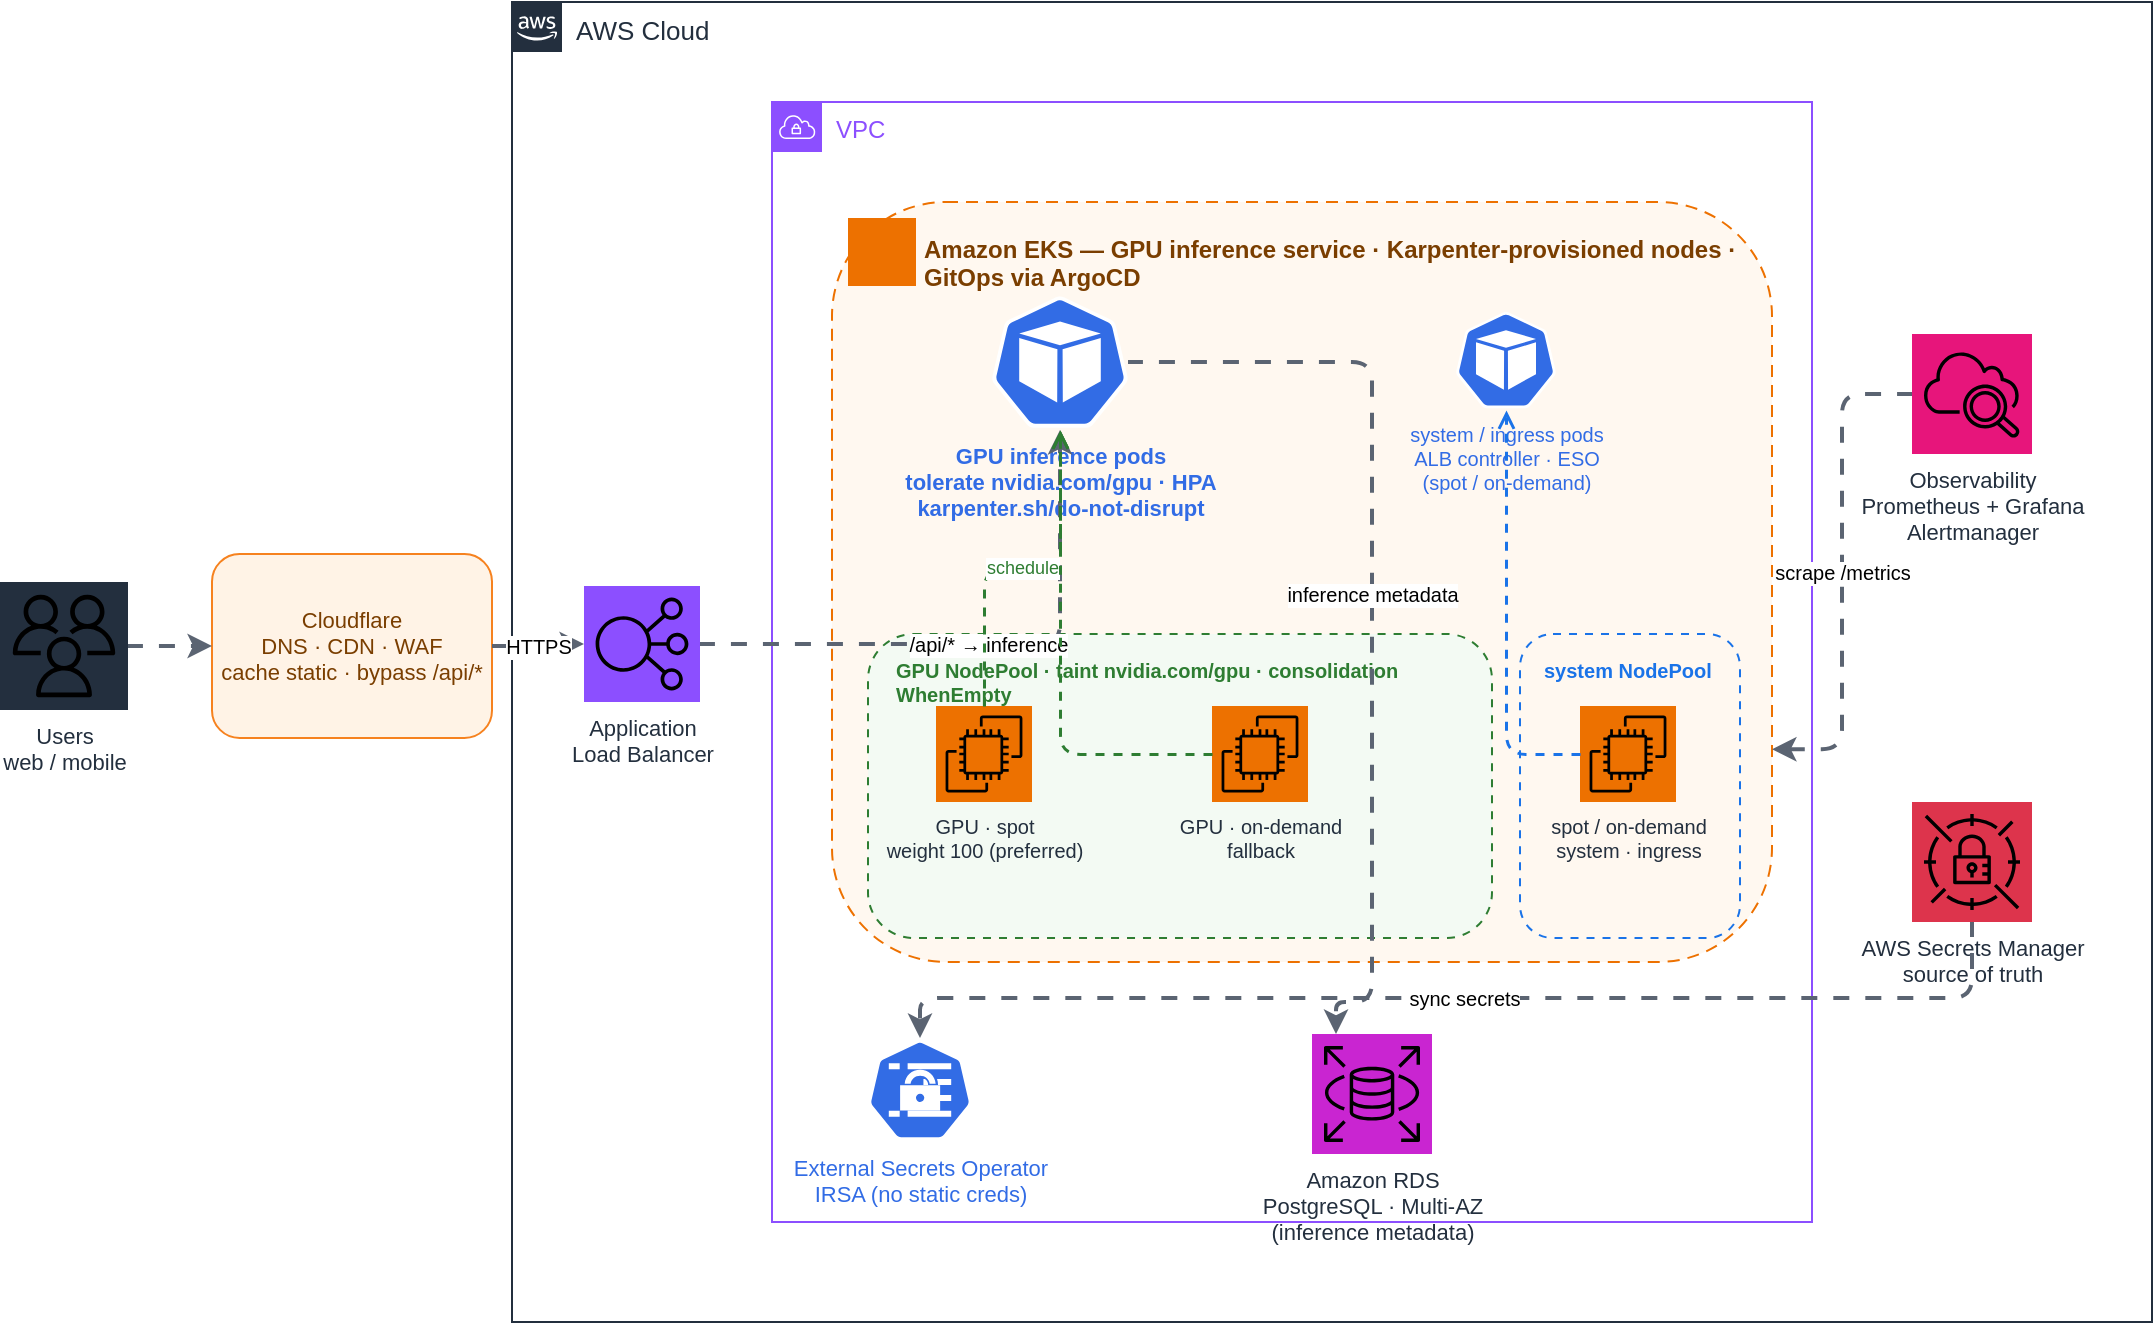
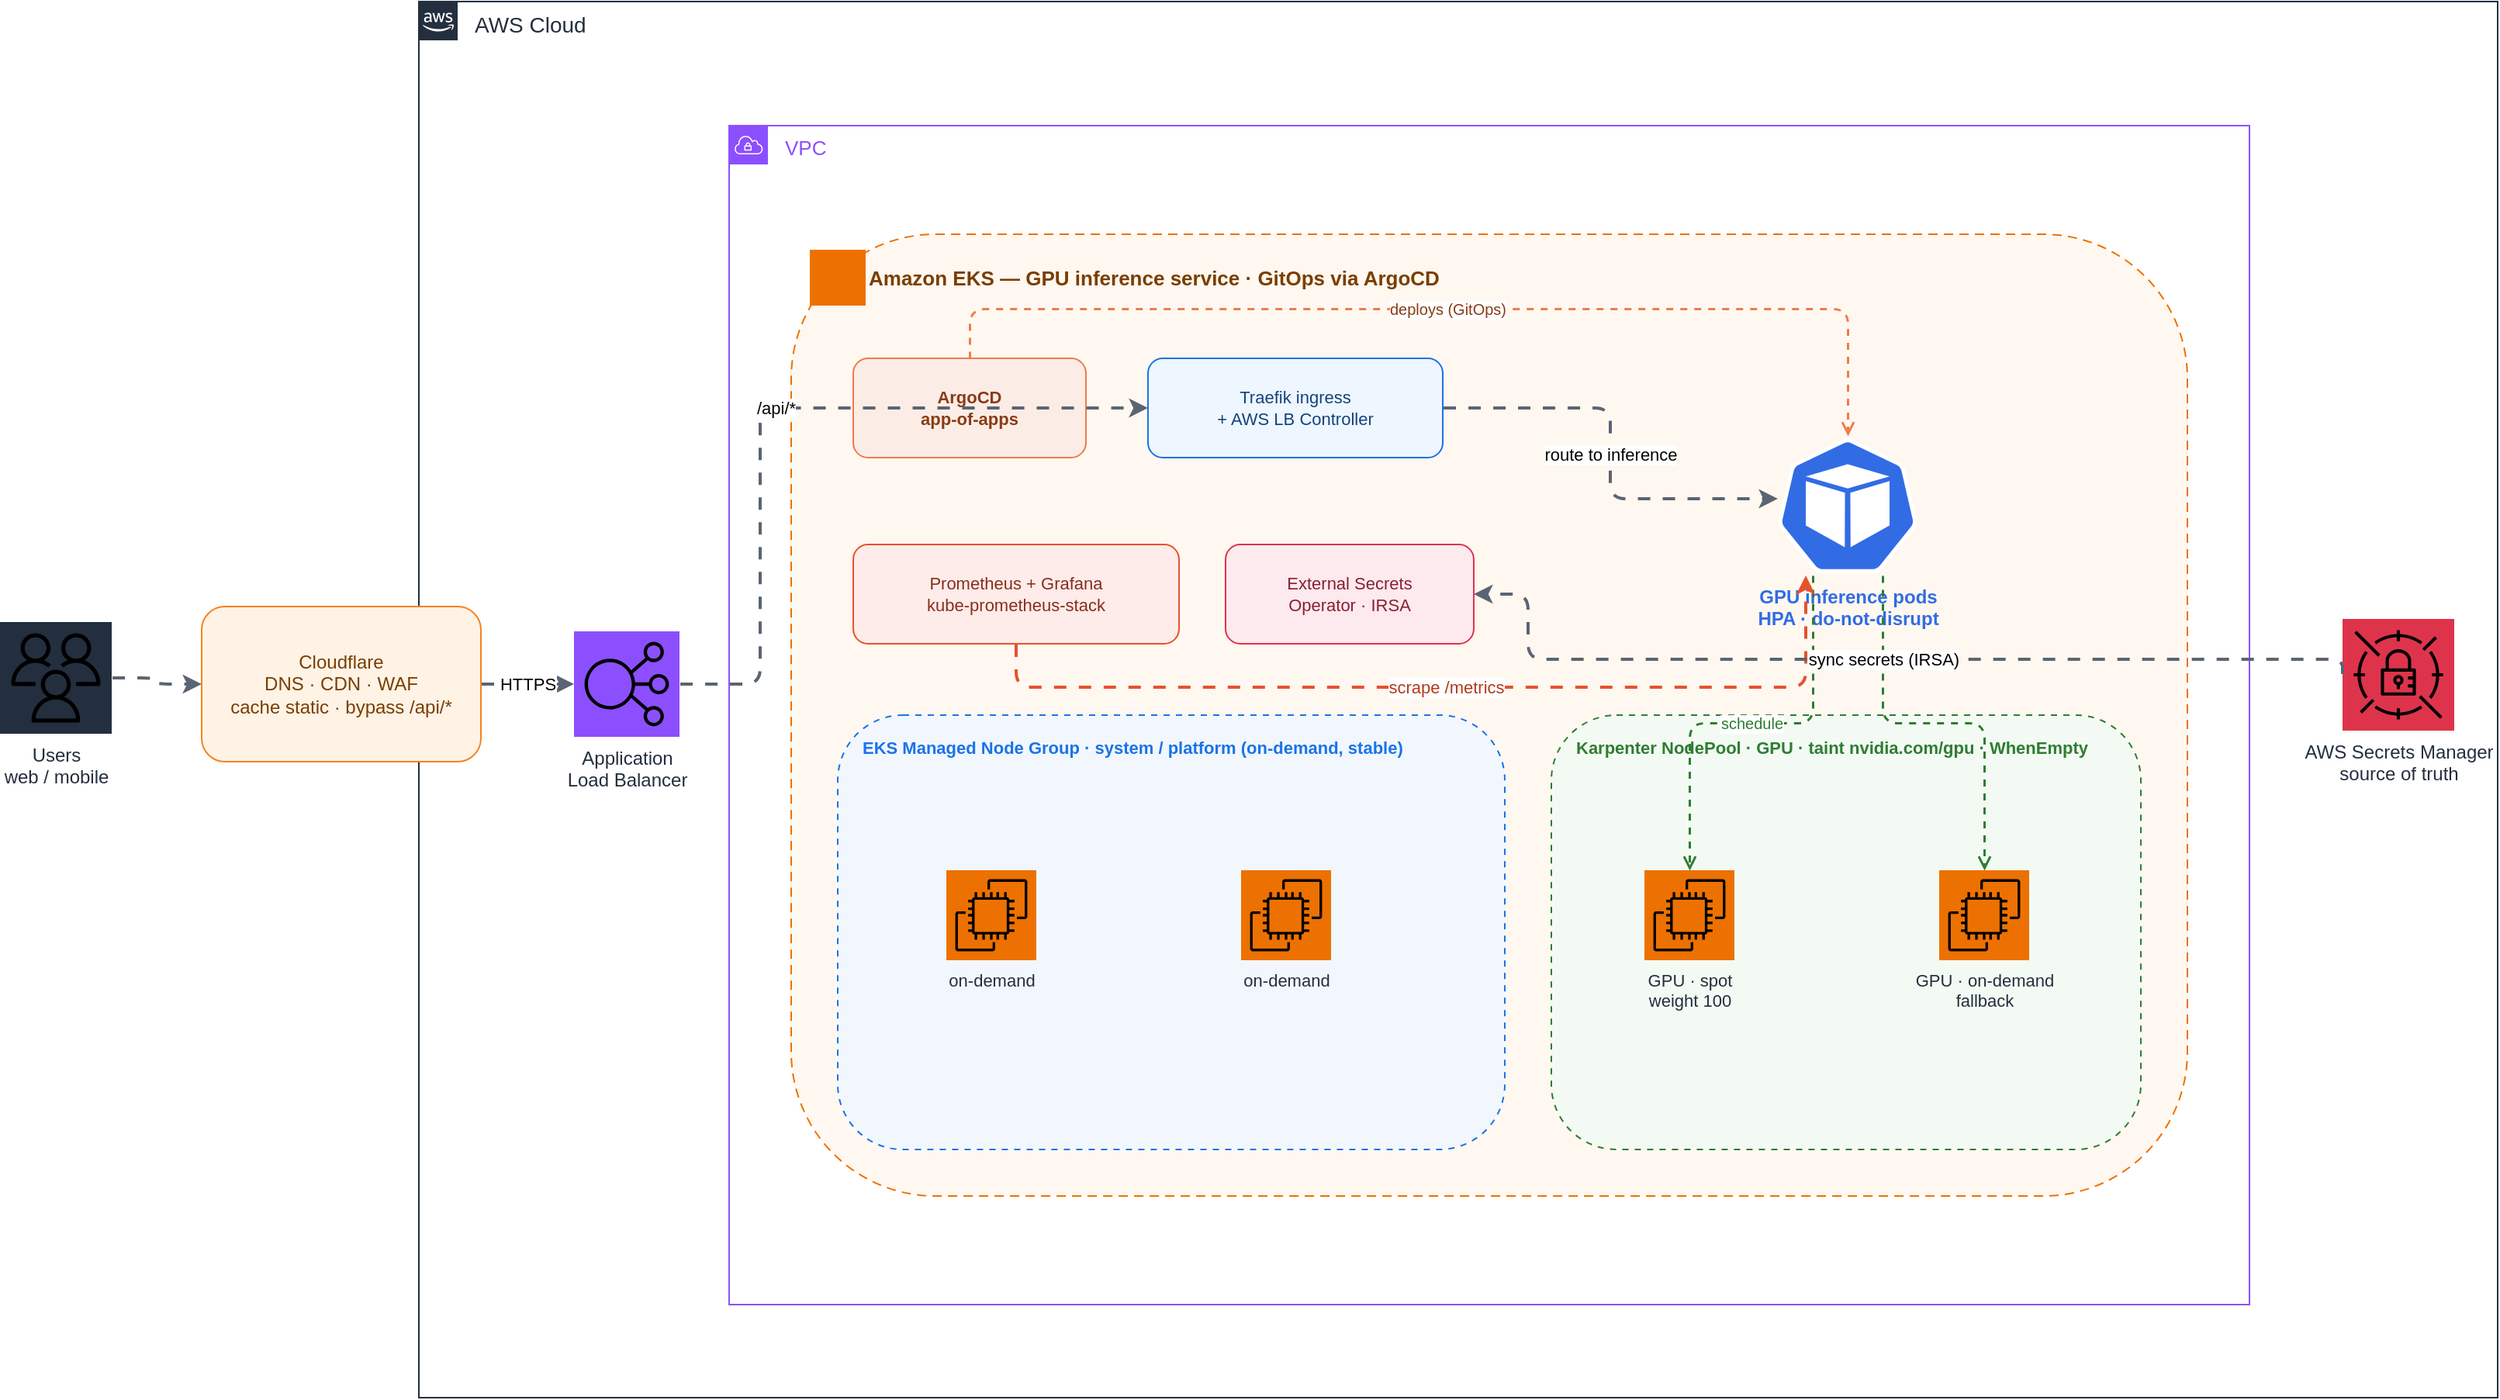
<mxfile host="app.diagrams.net" type="device">
  <diagram name="aws-production" id="aws-prod">
-     <mxGraphModel dx="1400" dy="820" grid="0" gridSize="10" guides="1" tooltips="1" connect="1" arrows="1" fold="1" page="1" pageScale="1" pageWidth="1160" pageHeight="740" math="0" shadow="0">
+     <mxGraphModel dx="1600" dy="1000" grid="0" gridSize="10" guides="1" tooltips="1" connect="1" arrows="1" fold="1" page="1" pageScale="1" pageWidth="1700" pageHeight="980" math="0" shadow="0">
      <root>
        <mxCell id="0"/>
        <mxCell id="1" parent="0"/>

-         <mxCell id="awscloud" value="AWS Cloud" style="sketch=0;outlineConnect=0;gradientColor=none;html=1;whiteSpace=wrap;fontSize=13;fontStyle=0;container=0;pointerEvents=0;collapsible=0;recursiveResize=0;shape=mxgraph.aws4.group;grIcon=mxgraph.aws4.group_aws_cloud_alt;strokeColor=#232F3E;fillColor=none;verticalAlign=top;align=left;spacingLeft=30;fontColor=#232F3E;dashed=0;" vertex="1" parent="1"><mxGeometry x="300" y="40" width="820" height="660" as="geometry"/></mxCell>
-         <mxCell id="vpc" value="VPC" style="sketch=0;outlineConnect=0;gradientColor=none;html=1;whiteSpace=wrap;fontSize=12;fontStyle=0;container=0;pointerEvents=0;collapsible=0;recursiveResize=0;shape=mxgraph.aws4.group;grIcon=mxgraph.aws4.group_vpc;strokeColor=#8C4FFF;fillColor=none;verticalAlign=top;align=left;spacingLeft=30;fontColor=#8C4FFF;dashed=0;" vertex="1" parent="1"><mxGeometry x="430" y="90" width="520" height="560" as="geometry"/></mxCell>
-         <mxCell id="eksgrp" value="Amazon EKS  —  GPU inference service · Karpenter-provisioned nodes · GitOps via ArgoCD" style="rounded=1;whiteSpace=wrap;html=1;dashed=1;dashPattern=6 4;strokeColor=#ED7100;fillColor=#FFF8F0;verticalAlign=top;align=left;spacingLeft=44;spacingTop=10;fontSize=12;fontStyle=1;fontColor=#7A3E00;" vertex="1" parent="1"><mxGeometry x="460" y="140" width="470" height="380" as="geometry"/></mxCell>
-         <mxCell id="npgpu" value="GPU NodePool  ·  taint nvidia.com/gpu  ·  consolidation WhenEmpty" style="rounded=1;whiteSpace=wrap;html=1;dashed=1;dashPattern=4 4;strokeColor=#2E7D32;fillColor=#F3FAF3;verticalAlign=top;align=left;spacingLeft=12;spacingTop=6;fontSize=10;fontStyle=1;fontColor=#2E7D32;" vertex="1" parent="1"><mxGeometry x="478" y="356" width="312" height="152" as="geometry"/></mxCell>
-         <mxCell id="npsysgrp" value="system NodePool" style="rounded=1;whiteSpace=wrap;html=1;dashed=1;dashPattern=4 4;strokeColor=#1A73E8;fillColor=none;verticalAlign=top;align=left;spacingLeft=10;spacingTop=6;fontSize=10;fontStyle=1;fontColor=#1A73E8;" vertex="1" parent="1"><mxGeometry x="804" y="356" width="110" height="152" as="geometry"/></mxCell>
+         <mxCell id="awscloud" value="AWS Cloud" style="sketch=0;outlineConnect=0;gradientColor=none;html=1;whiteSpace=wrap;fontSize=14;fontStyle=0;container=0;pointerEvents=0;collapsible=0;recursiveResize=0;shape=mxgraph.aws4.group;grIcon=mxgraph.aws4.group_aws_cloud_alt;strokeColor=#232F3E;fillColor=none;verticalAlign=top;align=left;spacingLeft=34;fontColor=#232F3E;dashed=0;" vertex="1" parent="1"><mxGeometry x="320" y="40" width="1340" height="900" as="geometry"/></mxCell>
+         <mxCell id="vpc" value="VPC" style="sketch=0;outlineConnect=0;gradientColor=none;html=1;whiteSpace=wrap;fontSize=13;fontStyle=0;container=0;pointerEvents=0;collapsible=0;recursiveResize=0;shape=mxgraph.aws4.group;grIcon=mxgraph.aws4.group_vpc;strokeColor=#8C4FFF;fillColor=none;verticalAlign=top;align=left;spacingLeft=34;fontColor=#8C4FFF;dashed=0;" vertex="1" parent="1"><mxGeometry x="520" y="120" width="980" height="760" as="geometry"/></mxCell>
+         <mxCell id="eksgrp" value="Amazon EKS   —   GPU inference service · GitOps via ArgoCD" style="rounded=1;whiteSpace=wrap;html=1;dashed=1;dashPattern=6 4;strokeColor=#ED7100;fillColor=#FFF8F0;verticalAlign=top;align=left;spacingLeft=48;spacingTop=14;fontSize=13;fontStyle=1;fontColor=#7A3E00;" vertex="1" parent="1"><mxGeometry x="560" y="190" width="900" height="620" as="geometry"/></mxCell>
+         <mxCell id="mng" value="EKS Managed Node Group   ·   system / platform   (on-demand, stable)" style="rounded=1;whiteSpace=wrap;html=1;dashed=1;dashPattern=4 4;strokeColor=#1A73E8;fillColor=#F2F7FE;verticalAlign=top;align=left;spacingLeft=14;spacingTop=8;fontSize=11;fontStyle=1;fontColor=#1A73E8;" vertex="1" parent="1"><mxGeometry x="590" y="500" width="430" height="280" as="geometry"/></mxCell>
+         <mxCell id="npgpu" value="Karpenter NodePool · GPU   ·   taint nvidia.com/gpu · WhenEmpty" style="rounded=1;whiteSpace=wrap;html=1;dashed=1;dashPattern=4 4;strokeColor=#2E7D32;fillColor=#F3FAF3;verticalAlign=top;align=left;spacingLeft=14;spacingTop=8;fontSize=11;fontStyle=1;fontColor=#2E7D32;" vertex="1" parent="1"><mxGeometry x="1050" y="500" width="380" height="280" as="geometry"/></mxCell>

-         <mxCell id="ekshdr" style="sketch=0;outlineConnect=0;fontColor=#232F3E;gradientColor=none;fillColor=#ED7100;strokeColor=none;dashed=0;verticalLabelPosition=right;verticalAlign=middle;align=left;spacingLeft=4;html=1;fontSize=10;fontStyle=0;aspect=fixed;shape=mxgraph.aws4.resourceIcon;resIcon=mxgraph.aws4.elastic_kubernetes_service;" vertex="1" parent="1"><mxGeometry x="468" y="148" width="34" height="34" as="geometry"/></mxCell>
+         <mxCell id="ekshdr" style="sketch=0;outlineConnect=0;fontColor=#232F3E;gradientColor=none;fillColor=#ED7100;strokeColor=none;dashed=0;verticalLabelPosition=right;verticalAlign=middle;align=left;spacingLeft=6;html=1;fontSize=10;fontStyle=0;aspect=fixed;shape=mxgraph.aws4.resourceIcon;resIcon=mxgraph.aws4.elastic_kubernetes_service;" vertex="1" parent="1"><mxGeometry x="572" y="200" width="36" height="36" as="geometry"/></mxCell>

-         <mxCell id="users" value="Users&#10;web / mobile" style="sketch=0;outlineConnect=0;fontColor=#232F3E;gradientColor=none;fillColor=#232F3E;strokeColor=none;dashed=0;verticalLabelPosition=bottom;verticalAlign=top;align=center;html=1;fontSize=11;fontStyle=0;aspect=fixed;shape=mxgraph.aws4.resourceIcon;resIcon=mxgraph.aws4.users;" vertex="1" parent="1"><mxGeometry x="44" y="330" width="64" height="64" as="geometry"/></mxCell>
-         <mxCell id="cf" value="Cloudflare&#10;DNS · CDN · WAF&#10;cache static · bypass /api/*" style="rounded=1;whiteSpace=wrap;html=1;fillColor=#FFF3E6;strokeColor=#F6821F;fontColor=#7A3E00;fontSize=11;" vertex="1" parent="1"><mxGeometry x="150" y="316" width="140" height="92" as="geometry"/></mxCell>
-         <mxCell id="alb" value="Application&#10;Load Balancer" style="sketch=0;outlineConnect=0;fontColor=#232F3E;gradientColor=none;fillColor=#8C4FFF;strokeColor=none;dashed=0;verticalLabelPosition=bottom;verticalAlign=top;align=center;html=1;fontSize=11;fontStyle=0;aspect=fixed;shape=mxgraph.aws4.resourceIcon;resIcon=mxgraph.aws4.elastic_load_balancing;" vertex="1" parent="1"><mxGeometry x="336" y="332" width="58" height="58" as="geometry"/></mxCell>
+         <mxCell id="users" value="Users&#10;web / mobile" style="sketch=0;outlineConnect=0;fontColor=#232F3E;gradientColor=none;fillColor=#232F3E;strokeColor=none;dashed=0;verticalLabelPosition=bottom;verticalAlign=top;align=center;html=1;fontSize=12;fontStyle=0;aspect=fixed;shape=mxgraph.aws4.resourceIcon;resIcon=mxgraph.aws4.users;" vertex="1" parent="1"><mxGeometry x="50" y="440" width="72" height="72" as="geometry"/></mxCell>
+         <mxCell id="cf" value="Cloudflare&#10;DNS · CDN · WAF&#10;cache static · bypass /api/*" style="rounded=1;whiteSpace=wrap;html=1;fillColor=#FFF3E6;strokeColor=#F6821F;fontColor=#7A3E00;fontSize=12;" vertex="1" parent="1"><mxGeometry x="180" y="430" width="180" height="100" as="geometry"/></mxCell>
+         <mxCell id="alb" value="Application&#10;Load Balancer" style="sketch=0;outlineConnect=0;fontColor=#232F3E;gradientColor=none;fillColor=#8C4FFF;strokeColor=none;dashed=0;verticalLabelPosition=bottom;verticalAlign=top;align=center;html=1;fontSize=12;fontStyle=0;aspect=fixed;shape=mxgraph.aws4.resourceIcon;resIcon=mxgraph.aws4.elastic_load_balancing;" vertex="1" parent="1"><mxGeometry x="420" y="446" width="68" height="68" as="geometry"/></mxCell>

-         <mxCell id="infer" value="GPU inference pods&#10;tolerate nvidia.com/gpu · HPA&#10;karpenter.sh/do-not-disrupt" style="sketch=0;outlineConnect=0;fontColor=#326CE5;gradientColor=none;fillColor=#326CE5;strokeColor=none;dashed=0;verticalLabelPosition=bottom;verticalAlign=top;align=center;html=1;fontSize=11;fontStyle=1;aspect=fixed;shape=mxgraph.kubernetes.icon;prIcon=pod;" vertex="1" parent="1"><mxGeometry x="540" y="186" width="68" height="68" as="geometry"/></mxCell>
-         <mxCell id="sys" value="system / ingress pods&#10;ALB controller · ESO&#10;(spot / on-demand)" style="sketch=0;outlineConnect=0;fontColor=#326CE5;gradientColor=none;fillColor=#326CE5;strokeColor=none;dashed=0;verticalLabelPosition=bottom;verticalAlign=top;align=center;html=1;fontSize=10;fontStyle=0;aspect=fixed;shape=mxgraph.kubernetes.icon;prIcon=pod;" vertex="1" parent="1"><mxGeometry x="772" y="194" width="50" height="50" as="geometry"/></mxCell>
+         <mxCell id="argocd" value="ArgoCD&#10;app-of-apps" style="rounded=1;whiteSpace=wrap;html=1;fillColor=#FBEDE6;strokeColor=#EF7B4D;fontColor=#8A3B16;fontSize=11;fontStyle=1;" vertex="1" parent="1"><mxGeometry x="600" y="270" width="150" height="64" as="geometry"/></mxCell>
+         <mxCell id="traefik" value="Traefik ingress&#10;+ AWS LB Controller" style="rounded=1;whiteSpace=wrap;html=1;fillColor=#EEF6FF;strokeColor=#1A73E8;fontColor=#13447A;fontSize=11;" vertex="1" parent="1"><mxGeometry x="790" y="270" width="190" height="64" as="geometry"/></mxCell>
+         <mxCell id="prom" value="Prometheus + Grafana&#10;kube-prometheus-stack" style="rounded=1;whiteSpace=wrap;html=1;fillColor=#FDECEA;strokeColor=#E6522C;fontColor=#8A2D1A;fontSize=11;" vertex="1" parent="1"><mxGeometry x="600" y="390" width="210" height="64" as="geometry"/></mxCell>
+         <mxCell id="eso" value="External Secrets&#10;Operator · IRSA" style="rounded=1;whiteSpace=wrap;html=1;fillColor=#FDEAEE;strokeColor=#DD344C;fontColor=#8A1F33;fontSize=11;" vertex="1" parent="1"><mxGeometry x="840" y="390" width="160" height="64" as="geometry"/></mxCell>

-         <mxCell id="npgpuspot" value="GPU · spot&#10;weight 100 (preferred)" style="sketch=0;outlineConnect=0;fontColor=#232F3E;gradientColor=none;fillColor=#ED7100;strokeColor=none;dashed=0;verticalLabelPosition=bottom;verticalAlign=top;align=center;html=1;fontSize=10;fontStyle=0;aspect=fixed;shape=mxgraph.aws4.resourceIcon;resIcon=mxgraph.aws4.ec2;" vertex="1" parent="1"><mxGeometry x="512" y="392" width="48" height="48" as="geometry"/></mxCell>
-         <mxCell id="npgpuod" value="GPU · on-demand&#10;fallback" style="sketch=0;outlineConnect=0;fontColor=#232F3E;gradientColor=none;fillColor=#ED7100;strokeColor=none;dashed=0;verticalLabelPosition=bottom;verticalAlign=top;align=center;html=1;fontSize=10;fontStyle=0;aspect=fixed;shape=mxgraph.aws4.resourceIcon;resIcon=mxgraph.aws4.ec2;" vertex="1" parent="1"><mxGeometry x="650" y="392" width="48" height="48" as="geometry"/></mxCell>
-         <mxCell id="npsys" value="spot / on-demand&#10;system · ingress" style="sketch=0;outlineConnect=0;fontColor=#232F3E;gradientColor=none;fillColor=#ED7100;strokeColor=none;dashed=0;verticalLabelPosition=bottom;verticalAlign=top;align=center;html=1;fontSize=10;fontStyle=0;aspect=fixed;shape=mxgraph.aws4.resourceIcon;resIcon=mxgraph.aws4.ec2;" vertex="1" parent="1"><mxGeometry x="834" y="392" width="48" height="48" as="geometry"/></mxCell>
+         <mxCell id="infer" value="GPU inference pods&#10;HPA · do-not-disrupt" style="sketch=0;outlineConnect=0;fontColor=#326CE5;gradientColor=none;fillColor=#326CE5;strokeColor=none;dashed=0;verticalLabelPosition=bottom;verticalAlign=top;align=center;html=1;fontSize=12;fontStyle=1;aspect=fixed;shape=mxgraph.kubernetes.icon;prIcon=pod;" vertex="1" parent="1"><mxGeometry x="1196" y="320" width="90" height="90" as="geometry"/></mxCell>

-         <mxCell id="eso" value="External Secrets Operator&#10;IRSA (no static creds)" style="sketch=0;outlineConnect=0;fontColor=#326CE5;gradientColor=none;fillColor=#326CE5;strokeColor=none;dashed=0;verticalLabelPosition=bottom;verticalAlign=top;align=center;html=1;fontSize=11;fontStyle=0;aspect=fixed;shape=mxgraph.kubernetes.icon;prIcon=secret;" vertex="1" parent="1"><mxGeometry x="478" y="558" width="52" height="52" as="geometry"/></mxCell>
-         <mxCell id="rds" value="Amazon RDS&#10;PostgreSQL · Multi-AZ&#10;(inference metadata)" style="sketch=0;outlineConnect=0;fontColor=#232F3E;gradientColor=none;fillColor=#C925D1;strokeColor=none;dashed=0;verticalLabelPosition=bottom;verticalAlign=top;align=center;html=1;fontSize=11;fontStyle=0;aspect=fixed;shape=mxgraph.aws4.resourceIcon;resIcon=mxgraph.aws4.rds;" vertex="1" parent="1"><mxGeometry x="700" y="556" width="60" height="60" as="geometry"/></mxCell>
+         <mxCell id="ec2m1" value="on-demand" style="sketch=0;outlineConnect=0;fontColor=#232F3E;gradientColor=none;fillColor=#ED7100;strokeColor=none;dashed=0;verticalLabelPosition=bottom;verticalAlign=top;align=center;html=1;fontSize=11;fontStyle=0;aspect=fixed;shape=mxgraph.aws4.resourceIcon;resIcon=mxgraph.aws4.ec2;" vertex="1" parent="1"><mxGeometry x="660" y="600" width="58" height="58" as="geometry"/></mxCell>
+         <mxCell id="ec2m2" value="on-demand" style="sketch=0;outlineConnect=0;fontColor=#232F3E;gradientColor=none;fillColor=#ED7100;strokeColor=none;dashed=0;verticalLabelPosition=bottom;verticalAlign=top;align=center;html=1;fontSize=11;fontStyle=0;aspect=fixed;shape=mxgraph.aws4.resourceIcon;resIcon=mxgraph.aws4.ec2;" vertex="1" parent="1"><mxGeometry x="850" y="600" width="58" height="58" as="geometry"/></mxCell>
+         <mxCell id="ec2gs" value="GPU · spot&#10;weight 100" style="sketch=0;outlineConnect=0;fontColor=#232F3E;gradientColor=none;fillColor=#ED7100;strokeColor=none;dashed=0;verticalLabelPosition=bottom;verticalAlign=top;align=center;html=1;fontSize=11;fontStyle=0;aspect=fixed;shape=mxgraph.aws4.resourceIcon;resIcon=mxgraph.aws4.ec2;" vertex="1" parent="1"><mxGeometry x="1110" y="600" width="58" height="58" as="geometry"/></mxCell>
+         <mxCell id="ec2go" value="GPU · on-demand&#10;fallback" style="sketch=0;outlineConnect=0;fontColor=#232F3E;gradientColor=none;fillColor=#ED7100;strokeColor=none;dashed=0;verticalLabelPosition=bottom;verticalAlign=top;align=center;html=1;fontSize=11;fontStyle=0;aspect=fixed;shape=mxgraph.aws4.resourceIcon;resIcon=mxgraph.aws4.ec2;" vertex="1" parent="1"><mxGeometry x="1300" y="600" width="58" height="58" as="geometry"/></mxCell>

-         <mxCell id="cw" value="Observability&#10;Prometheus + Grafana&#10;Alertmanager" style="sketch=0;outlineConnect=0;fontColor=#232F3E;gradientColor=none;fillColor=#E7157B;strokeColor=none;dashed=0;verticalLabelPosition=bottom;verticalAlign=top;align=center;html=1;fontSize=11;fontStyle=0;aspect=fixed;shape=mxgraph.aws4.resourceIcon;resIcon=mxgraph.aws4.cloudwatch_2;" vertex="1" parent="1"><mxGeometry x="1000" y="206" width="60" height="60" as="geometry"/></mxCell>
-         <mxCell id="sm" value="AWS Secrets Manager&#10;source of truth" style="sketch=0;outlineConnect=0;fontColor=#232F3E;gradientColor=none;fillColor=#DD344C;strokeColor=none;dashed=0;verticalLabelPosition=bottom;verticalAlign=top;align=center;html=1;fontSize=11;fontStyle=0;aspect=fixed;shape=mxgraph.aws4.resourceIcon;resIcon=mxgraph.aws4.secrets_manager;" vertex="1" parent="1"><mxGeometry x="1000" y="440" width="60" height="60" as="geometry"/></mxCell>
+         <mxCell id="sm" value="AWS Secrets Manager&#10;source of truth" style="sketch=0;outlineConnect=0;fontColor=#232F3E;gradientColor=none;fillColor=#DD344C;strokeColor=none;dashed=0;verticalLabelPosition=bottom;verticalAlign=top;align=center;html=1;fontSize=12;fontStyle=0;aspect=fixed;shape=mxgraph.aws4.resourceIcon;resIcon=mxgraph.aws4.secrets_manager;" vertex="1" parent="1"><mxGeometry x="1560" y="438" width="72" height="72" as="geometry"/></mxCell>

-         <mxCell id="e1" style="edgeStyle=orthogonalEdgeStyle;rounded=1;html=1;flowAnimation=1;strokeColor=#5B6472;strokeWidth=2;endArrow=classic;endFill=1;" edge="1" parent="1" source="users" target="cf"><mxGeometry relative="1" as="geometry"/></mxCell>
-         <mxCell id="e2" value="HTTPS" style="edgeStyle=orthogonalEdgeStyle;rounded=1;html=1;flowAnimation=1;strokeColor=#5B6472;strokeWidth=2;endArrow=classic;endFill=1;fontSize=10;" edge="1" parent="1" source="cf" target="alb"><mxGeometry relative="1" as="geometry"/></mxCell>
-         <mxCell id="e3" value="/api/* → inference" style="edgeStyle=orthogonalEdgeStyle;rounded=1;html=1;flowAnimation=1;strokeColor=#5B6472;strokeWidth=2;endArrow=classic;endFill=1;fontSize=10;" edge="1" parent="1" source="alb" target="infer"><mxGeometry relative="1" as="geometry"/></mxCell>
-         <mxCell id="e4" value="schedule" style="edgeStyle=orthogonalEdgeStyle;rounded=1;html=1;dashed=1;strokeColor=#2E7D32;strokeWidth=1.5;endArrow=open;fontSize=9;fontColor=#2E7D32;" edge="1" parent="1" source="npgpuspot" target="infer"><mxGeometry relative="1" as="geometry"/></mxCell>
-         <mxCell id="e5" style="edgeStyle=orthogonalEdgeStyle;rounded=1;html=1;dashed=1;strokeColor=#2E7D32;strokeWidth=1.5;endArrow=open;" edge="1" parent="1" source="npgpuod" target="infer"><mxGeometry relative="1" as="geometry"/></mxCell>
-         <mxCell id="e6" style="edgeStyle=orthogonalEdgeStyle;rounded=1;html=1;dashed=1;strokeColor=#1A73E8;strokeWidth=1.5;endArrow=open;" edge="1" parent="1" source="npsys" target="sys"><mxGeometry relative="1" as="geometry"/></mxCell>
-         <mxCell id="e7" value="inference metadata" style="edgeStyle=orthogonalEdgeStyle;rounded=1;html=1;flowAnimation=1;strokeColor=#5B6472;strokeWidth=2;endArrow=classic;endFill=1;fontSize=10;exitX=1;exitY=0.5;exitDx=0;exitDy=0;entryX=0.2;entryY=0;entryDx=0;entryDy=0;" edge="1" parent="1" source="infer" target="rds"><mxGeometry relative="1" as="geometry"><Array as="points"><mxPoint x="730" y="220"/><mxPoint x="730" y="540"/></Array></mxGeometry></mxCell>
-         <mxCell id="e8" value="scrape /metrics" style="edgeStyle=orthogonalEdgeStyle;rounded=1;html=1;flowAnimation=1;strokeColor=#5B6472;strokeWidth=2;endArrow=classic;endFill=1;fontSize=10;entryX=1;entryY=0.72;entryDx=0;entryDy=0;" edge="1" parent="1" source="cw" target="eksgrp"><mxGeometry relative="1" as="geometry"/></mxCell>
-         <mxCell id="e9" value="sync secrets" style="edgeStyle=orthogonalEdgeStyle;rounded=1;html=1;flowAnimation=1;strokeColor=#5B6472;strokeWidth=2;endArrow=classic;endFill=1;fontSize=10;exitX=0.5;exitY=1;exitDx=0;exitDy=0;entryX=0.5;entryY=0;entryDx=0;entryDy=0;" edge="1" parent="1" source="sm" target="eso"><mxGeometry relative="1" as="geometry"><Array as="points"><mxPoint x="1030" y="538"/><mxPoint x="504" y="538"/></Array></mxGeometry></mxCell>
+         <mxCell id="e1" style="edgeStyle=orthogonalEdgeStyle;labelBackgroundColor=#FFFFFF;rounded=1;html=1;flowAnimation=1;strokeColor=#5B6472;strokeWidth=2;endArrow=classic;endFill=1;" edge="1" parent="1" source="users" target="cf"><mxGeometry relative="1" as="geometry"/></mxCell>
+         <mxCell id="e2" value="HTTPS" style="edgeStyle=orthogonalEdgeStyle;labelBackgroundColor=#FFFFFF;rounded=1;html=1;flowAnimation=1;strokeColor=#5B6472;strokeWidth=2;endArrow=classic;endFill=1;fontSize=11;" edge="1" parent="1" source="cf" target="alb"><mxGeometry relative="1" as="geometry"/></mxCell>
+         <mxCell id="e3" value="/api/*" style="edgeStyle=orthogonalEdgeStyle;labelBackgroundColor=#FFFFFF;rounded=1;html=1;flowAnimation=1;strokeColor=#5B6472;strokeWidth=2;endArrow=classic;endFill=1;fontSize=11;entryX=0;entryY=0.5;entryDx=0;entryDy=0;" edge="1" parent="1" source="alb" target="traefik"><mxGeometry relative="1" as="geometry"><Array as="points"><mxPoint x="540" y="302"/></Array></mxGeometry></mxCell>
+         <mxCell id="e3b" value="route to inference" style="edgeStyle=orthogonalEdgeStyle;labelBackgroundColor=#FFFFFF;rounded=1;html=1;flowAnimation=1;strokeColor=#5B6472;strokeWidth=2;endArrow=classic;endFill=1;fontSize=11;exitX=1;exitY=0.5;exitDx=0;exitDy=0;entryX=0;entryY=0.45;entryDx=0;entryDy=0;" edge="1" parent="1" source="traefik" target="infer"><mxGeometry relative="1" as="geometry"/></mxCell>
+         <mxCell id="e4" value="schedule" style="edgeStyle=orthogonalEdgeStyle;labelBackgroundColor=#FFFFFF;rounded=1;html=1;dashed=1;strokeColor=#2E7D32;strokeWidth=1.5;endArrow=open;fontSize=10;fontColor=#2E7D32;exitX=0.25;exitY=1;exitDx=0;exitDy=0;entryX=0.5;entryY=0;entryDx=0;entryDy=0;" edge="1" parent="1" source="infer" target="ec2gs"><mxGeometry relative="1" as="geometry"/></mxCell>
+         <mxCell id="e5" style="edgeStyle=orthogonalEdgeStyle;labelBackgroundColor=#FFFFFF;rounded=1;html=1;dashed=1;strokeColor=#2E7D32;strokeWidth=1.5;endArrow=open;exitX=0.75;exitY=1;exitDx=0;exitDy=0;entryX=0.5;entryY=0;entryDx=0;entryDy=0;" edge="1" parent="1" source="infer" target="ec2go"><mxGeometry relative="1" as="geometry"/></mxCell>
+         <mxCell id="escrape" value="scrape /metrics" style="edgeStyle=orthogonalEdgeStyle;labelBackgroundColor=#FFFFFF;rounded=1;html=1;flowAnimation=1;strokeColor=#E6522C;strokeWidth=2;endArrow=classic;endFill=1;fontSize=11;fontColor=#B23A1A;exitX=0.5;exitY=1;exitDx=0;exitDy=0;entryX=0.2;entryY=1;entryDx=0;entryDy=0;" edge="1" parent="1" source="prom" target="infer"><mxGeometry relative="1" as="geometry"><Array as="points"><mxPoint x="705" y="482"/><mxPoint x="1214" y="482"/></Array></mxGeometry></mxCell>
+         <mxCell id="egit" value="deploys (GitOps)" style="edgeStyle=orthogonalEdgeStyle;labelBackgroundColor=#FFFFFF;rounded=1;html=1;dashed=1;strokeColor=#EF7B4D;strokeWidth=1.5;endArrow=open;fontSize=10;fontColor=#8A3B16;exitX=0.5;exitY=0;exitDx=0;exitDy=0;entryX=0.5;entryY=0;entryDx=0;entryDy=0;" edge="1" parent="1" source="argocd" target="infer"><mxGeometry relative="1" as="geometry"><Array as="points"><mxPoint x="675" y="238"/><mxPoint x="1241" y="238"/></Array></mxGeometry></mxCell>
+         <mxCell id="esync" value="sync secrets (IRSA)" style="edgeStyle=orthogonalEdgeStyle;labelBackgroundColor=#FFFFFF;rounded=1;html=1;flowAnimation=1;strokeColor=#5B6472;strokeWidth=2;endArrow=classic;endFill=1;fontSize=11;exitX=0;exitY=0.5;exitDx=0;exitDy=0;entryX=1;entryY=0.5;entryDx=0;entryDy=0;" edge="1" parent="1" source="sm" target="eso"><mxGeometry relative="1" as="geometry"><Array as="points"><mxPoint x="1035" y="464"/></Array></mxGeometry></mxCell>
      </root>
    </mxGraphModel>
  </diagram>
</mxfile>
